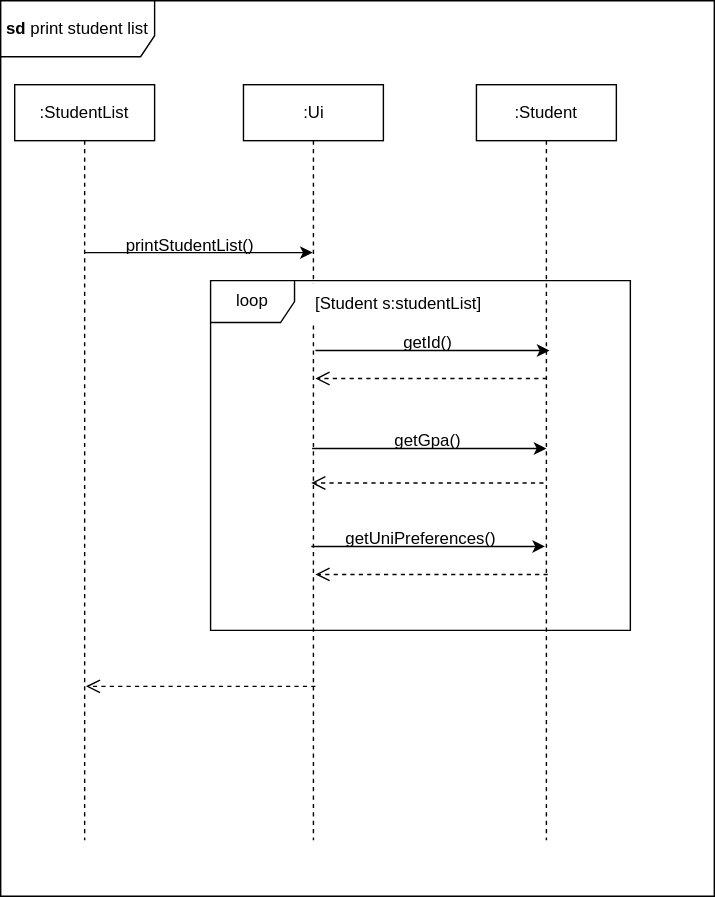
paulktham/tp keeps this draw.io diagram as docs/UML_Diagrams/PrintStudentListsd.drawio.svg. Above is the earlier version. Source tidied: cells renumbered, new cells last; positions are measured from the earlier drawing's top-left corner, leaving out a move shared by most shapes.
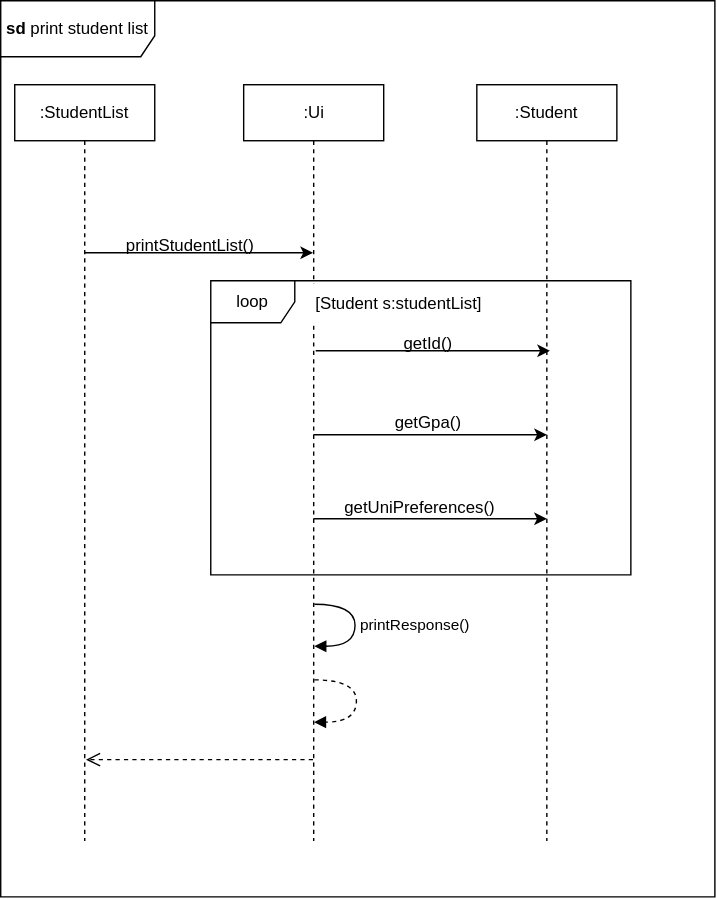
Above is the later version.

Change to the diagram source:
```diff
@@ -32,51 +32,51 @@
       <mxGeometry x="274.9" y="230" width="60" height="30" as="geometry" />
     </mxCell>
     <mxCell id="10" value="loop" style="shape=umlFrame;whiteSpace=wrap;html=1;" parent="1" vertex="1">
-      <mxGeometry x="150" y="200" width="300" height="250" as="geometry" />
+      <mxGeometry x="150" y="200" width="300" height="210" as="geometry" />
     </mxCell>
     <mxCell id="11" value="[Student s:studentList]" style="text;html=1;align=center;verticalAlign=middle;strokeColor=none;fillColor=default;" parent="1" vertex="1">
       <mxGeometry x="214" y="202" width="140" height="30" as="geometry" />
     </mxCell>
-    <mxCell id="12" style="html=1;verticalAlign=bottom;endArrow=open;dashed=1;endSize=8;curved=0;rounded=0;entryX=0.506;entryY=0.253;entryDx=0;entryDy=0;entryPerimeter=0;" parent="1" edge="1">
-      <mxGeometry relative="1" as="geometry">
-        <mxPoint x="390.3" y="270" as="sourcePoint" />
-        <mxPoint x="224.9" y="270" as="targetPoint" />
-      </mxGeometry>
-    </mxCell>
     <mxCell id="13" style="endArrow=classic;html=1;rounded=0;" parent="1" edge="1" source="4">
       <mxGeometry relative="1" as="geometry">
-        <mxPoint x="390" y="320" as="targetPoint" />
+        <mxPoint x="390" y="310" as="targetPoint" />
       </mxGeometry>
     </mxCell>
-    <mxCell id="14" style="html=1;verticalAlign=bottom;endArrow=open;dashed=1;endSize=8;curved=0;rounded=0;entryX=0.506;entryY=0.253;entryDx=0;entryDy=0;entryPerimeter=0;" parent="1" edge="1">
-      <mxGeometry relative="1" as="geometry">
-        <mxPoint x="387.9" y="344.6" as="sourcePoint" />
-        <mxPoint x="221.9" y="344.6" as="targetPoint" />
-      </mxGeometry>
-    </mxCell>
-    <mxCell id="15" style="endArrow=classic;html=1;rounded=0;entryX=0.5;entryY=0.218;entryDx=0;entryDy=0;entryPerimeter=0;" parent="1" edge="1">
+    <mxCell id="15" style="endArrow=classic;html=1;rounded=0;" parent="1" edge="1" source="4">
       <mxGeometry relative="1" as="geometry">
-        <mxPoint x="222" y="390" as="sourcePoint" />
-        <mxPoint x="389" y="390" as="targetPoint" />
+        <mxPoint x="390" y="370" as="targetPoint" />
       </mxGeometry>
     </mxCell>
-    <mxCell id="16" style="html=1;verticalAlign=bottom;endArrow=open;dashed=1;endSize=8;curved=0;rounded=0;entryX=0.506;entryY=0.253;entryDx=0;entryDy=0;entryPerimeter=0;" parent="1" edge="1">
-      <mxGeometry relative="1" as="geometry">
-        <mxPoint x="390.9" y="410" as="sourcePoint" />
-        <mxPoint x="224.9" y="410" as="targetPoint" />
-      </mxGeometry>
-    </mxCell>
     <mxCell id="17" value="getGpa()" style="text;html=1;align=center;verticalAlign=middle;strokeColor=none;fillColor=none;" parent="1" vertex="1">
-      <mxGeometry x="269.9" y="300" width="70" height="30" as="geometry" />
+      <mxGeometry x="269.9" y="287" width="70" height="30" as="geometry" />
     </mxCell>
     <mxCell id="18" value="getUniPreferences()" style="text;html=1;align=center;verticalAlign=middle;strokeColor=none;fillColor=none;" parent="1" vertex="1">
-      <mxGeometry x="234.9" y="370" width="130" height="30" as="geometry" />
+      <mxGeometry x="234.4" y="347" width="130" height="30" as="geometry" />
     </mxCell>
     <mxCell id="19" style="html=1;verticalAlign=bottom;endArrow=open;dashed=1;endSize=8;curved=0;rounded=0;entryX=0.506;entryY=0.253;entryDx=0;entryDy=0;entryPerimeter=0;" parent="1" edge="1">
       <mxGeometry relative="1" as="geometry">
-        <mxPoint x="224.9" y="490" as="sourcePoint" />
-        <mxPoint x="60.9" y="490" as="targetPoint" />
+        <mxPoint x="223" y="542" as="sourcePoint" />
+        <mxPoint x="60.9" y="542" as="targetPoint" />
       </mxGeometry>
     </mxCell>
+    <mxCell id="20" value="printResponse()" style="html=1;align=left;spacingLeft=2;endArrow=block;rounded=0;edgeStyle=orthogonalEdgeStyle;curved=1;rounded=0;" parent="1" edge="1">
+      <mxGeometry relative="1" as="geometry">
+        <mxPoint x="224" y="431" as="sourcePoint" />
+        <mxPoint x="224" y="461" as="targetPoint" />
+        <Array as="points">
+          <mxPoint x="253" y="431" />
+          <mxPoint x="253" y="461" />
+        </Array>
+      </mxGeometry>
+    </mxCell>
+    <mxCell id="21" style="html=1;align=left;spacingLeft=2;endArrow=block;rounded=0;edgeStyle=orthogonalEdgeStyle;curved=1;rounded=0;exitX=0.496;exitY=0.899;exitDx=0;exitDy=0;exitPerimeter=0;dashed=1;entryX=0.503;entryY=0.843;entryDx=0;entryDy=0;entryPerimeter=0;" parent="1" edge="1" target="4">
+      <mxGeometry relative="1" as="geometry">
+        <mxPoint x="224" y="485" as="sourcePoint" />
+        <Array as="points">
+          <mxPoint x="254" y="485" />
+          <mxPoint x="254" y="515" />
+        </Array>
+      </mxGeometry>
+    </mxCell>
   </root>
 </mxGraphModel>
```
